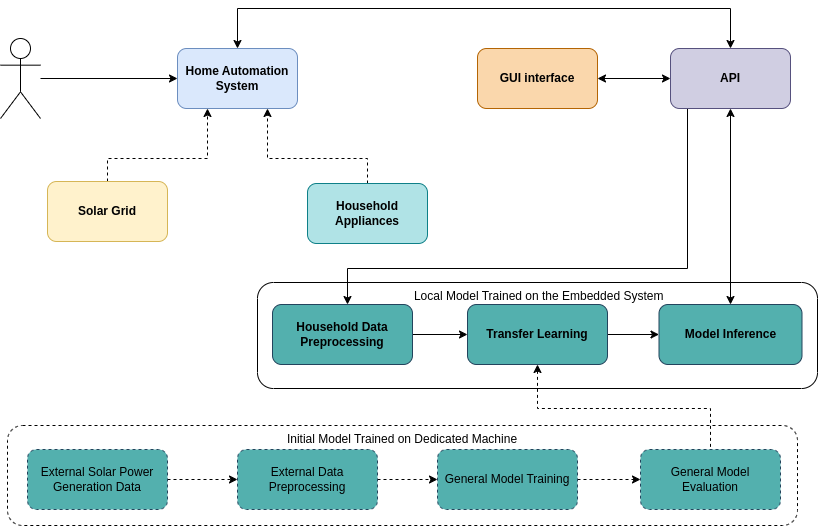
The draw.io diagram assets/diagrams/high-level-architecture.png in hc-sousa/sousadev, before a commit. Source tidied: cells renumbered, new cells last; positions are measured from the earlier drawing's top-left corner, leaving out a move shared by most shapes. The source it was exported from:
```xml
<mxGraphModel>
  <root>
    <mxCell id="0" />
    <mxCell id="1" parent="0" />
    <mxCell id="2" style="edgeStyle=orthogonalEdgeStyle;rounded=0;jettySize=auto;html=1;startArrow=classic;startFill=1;endArrow=none;endFill=0;dashed=1;" parent="1" edge="1" source="22" target="23">
      <mxGeometry relative="1" as="geometry">
        <Array as="points">
          <mxPoint x="537" y="400" />
          <mxPoint x="710" y="400" />
        </Array>
      </mxGeometry>
    </mxCell>
    <mxCell id="3" value="&amp;nbsp;Local Model Trained on the Embedded System" style="rounded=1;whiteSpace=wrap;html=1;fillColor=none;verticalAlign=top;horizontal=1;" parent="1" vertex="1">
      <mxGeometry x="257" y="274" width="560" height="106" as="geometry" />
    </mxCell>
    <mxCell id="4" value="Initial Model Trained on Dedicated Machine" style="rounded=1;whiteSpace=wrap;html=1;fillColor=none;dashed=1;verticalAlign=top;" parent="1" vertex="1">
      <mxGeometry x="7" y="417" width="790" height="100" as="geometry" />
    </mxCell>
    <mxCell id="5" style="edgeStyle=orthogonalEdgeStyle;rounded=0;jettySize=auto;html=1;" parent="1" edge="1" source="6" target="7">
      <mxGeometry relative="1" as="geometry" />
    </mxCell>
    <mxCell id="6" value="&lt;br&gt;" style="shape=umlActor;verticalLabelPosition=bottom;verticalAlign=top;html=1;outlineConnect=0;" parent="1" vertex="1">
      <mxGeometry y="30" width="40" height="80" as="geometry" />
    </mxCell>
    <mxCell id="7" value="&lt;b&gt;Home Automation System&lt;/b&gt;" style="rounded=1;whiteSpace=wrap;html=1;fillColor=#dae8fc;strokeColor=#6c8ebf;" parent="1" vertex="1">
      <mxGeometry x="177" y="40" width="120" height="60" as="geometry" />
    </mxCell>
    <mxCell id="8" style="edgeStyle=orthogonalEdgeStyle;rounded=0;jettySize=auto;html=1;entryX=0;entryY=0.5;entryDx=0;entryDy=0;startArrow=classic;startFill=1;" parent="1" edge="1" source="9" target="12">
      <mxGeometry relative="1" as="geometry" />
    </mxCell>
    <mxCell id="9" value="&lt;b&gt;GUI interface&lt;/b&gt;" style="rounded=1;whiteSpace=wrap;html=1;fillColor=#fad7ac;strokeColor=#b46504;" parent="1" vertex="1">
      <mxGeometry x="477" y="40" width="120" height="60" as="geometry" />
    </mxCell>
    <mxCell id="10" style="edgeStyle=orthogonalEdgeStyle;rounded=0;jettySize=auto;html=1;entryX=0.5;entryY=0;entryDx=0;entryDy=0;startArrow=classic;startFill=1;" parent="1" edge="1" source="12" target="7">
      <mxGeometry relative="1" as="geometry">
        <Array as="points">
          <mxPoint x="730" />
          <mxPoint x="237" />
        </Array>
      </mxGeometry>
    </mxCell>
    <mxCell id="11" style="edgeStyle=orthogonalEdgeStyle;rounded=0;jettySize=auto;html=1;exitX=0.25;exitY=1;exitDx=0;exitDy=0;" parent="1" edge="1" source="12" target="20">
      <mxGeometry relative="1" as="geometry">
        <Array as="points">
          <mxPoint x="687" y="100" />
          <mxPoint x="687" y="260" />
          <mxPoint x="347" y="260" />
        </Array>
      </mxGeometry>
    </mxCell>
    <mxCell id="12" value="&lt;b&gt;API&lt;/b&gt;" style="rounded=1;whiteSpace=wrap;html=1;fillColor=#d0cee2;strokeColor=#56517e;" parent="1" vertex="1">
      <mxGeometry x="670" y="40" width="120" height="60" as="geometry" />
    </mxCell>
    <mxCell id="13" style="edgeStyle=orthogonalEdgeStyle;rounded=0;jettySize=auto;html=1;entryX=0.5;entryY=1;entryDx=0;entryDy=0;startArrow=classic;startFill=1;" parent="1" edge="1" source="14" target="12">
      <mxGeometry relative="1" as="geometry" />
    </mxCell>
    <mxCell id="14" value="&lt;b&gt;Model Inference&lt;br&gt;&lt;/b&gt;" style="rounded=1;whiteSpace=wrap;html=1;fillColor=#53B0AE;strokeColor=#23445d;" parent="1" vertex="1">
      <mxGeometry x="658.5" y="296" width="143" height="60" as="geometry" />
    </mxCell>
    <mxCell id="15" style="edgeStyle=orthogonalEdgeStyle;rounded=0;jettySize=auto;html=1;entryX=0.25;entryY=1;entryDx=0;entryDy=0;dashed=1;endArrow=classic;endFill=1;exitX=0.5;exitY=0;exitDx=0;exitDy=0;" parent="1" edge="1" source="16" target="7">
      <mxGeometry relative="1" as="geometry">
        <Array as="points">
          <mxPoint x="107" y="150" />
          <mxPoint x="207" y="150" />
        </Array>
      </mxGeometry>
    </mxCell>
    <mxCell id="16" value="&lt;b&gt;Solar Grid&lt;/b&gt;" style="rounded=1;whiteSpace=wrap;html=1;fillColor=#fff2cc;strokeColor=#d6b656;" parent="1" vertex="1">
      <mxGeometry x="47" y="173" width="120" height="60" as="geometry" />
    </mxCell>
    <mxCell id="17" style="edgeStyle=orthogonalEdgeStyle;rounded=0;jettySize=auto;html=1;dashed=1;endArrow=classic;endFill=1;" parent="1" edge="1" source="18">
      <mxGeometry relative="1" as="geometry">
        <mxPoint x="267" y="100" as="targetPoint" />
        <Array as="points">
          <mxPoint x="367" y="150" />
          <mxPoint x="267" y="150" />
        </Array>
      </mxGeometry>
    </mxCell>
    <mxCell id="18" value="&lt;b&gt;Household Appliances&lt;/b&gt;" style="rounded=1;whiteSpace=wrap;html=1;fillColor=#b0e3e6;strokeColor=#0e8088;" parent="1" vertex="1">
      <mxGeometry x="307" y="175" width="120" height="60" as="geometry" />
    </mxCell>
    <mxCell id="19" style="edgeStyle=orthogonalEdgeStyle;rounded=0;jettySize=auto;html=1;entryX=0;entryY=0.5;entryDx=0;entryDy=0;" parent="1" edge="1" source="20" target="22">
      <mxGeometry relative="1" as="geometry" />
    </mxCell>
    <mxCell id="20" value="&lt;b&gt;Household Data Preprocessing&lt;/b&gt;" style="rounded=1;whiteSpace=wrap;html=1;fillColor=#53B0AE;strokeColor=#23445d;" parent="1" vertex="1">
      <mxGeometry x="272" y="296" width="140" height="60" as="geometry" />
    </mxCell>
    <mxCell id="21" style="edgeStyle=orthogonalEdgeStyle;rounded=0;jettySize=auto;html=1;entryX=0;entryY=0.5;entryDx=0;entryDy=0;" parent="1" edge="1" source="22" target="14">
      <mxGeometry relative="1" as="geometry" />
    </mxCell>
    <mxCell id="22" value="&lt;b&gt;Transfer Learning&lt;/b&gt;" style="rounded=1;whiteSpace=wrap;html=1;fillColor=#53B0AE;strokeColor=#23445d;" parent="1" vertex="1">
      <mxGeometry x="467" y="296" width="140" height="60" as="geometry" />
    </mxCell>
    <mxCell id="23" value="General Model Evaluation" style="rounded=1;whiteSpace=wrap;html=1;fillColor=#53B0AE;strokeColor=#23445d;dashed=1;" parent="1" vertex="1">
      <mxGeometry x="640" y="441" width="140" height="60" as="geometry" />
    </mxCell>
    <mxCell id="24" style="edgeStyle=orthogonalEdgeStyle;rounded=0;jettySize=auto;html=1;entryX=0;entryY=0.5;entryDx=0;entryDy=0;dashed=1;" parent="1" edge="1" source="25" target="23">
      <mxGeometry relative="1" as="geometry" />
    </mxCell>
    <mxCell id="25" value="&lt;span style=&quot;font-weight: normal;&quot;&gt;General Model Training&lt;/span&gt;" style="rounded=1;whiteSpace=wrap;html=1;fillColor=#53B0AE;strokeColor=#23445d;dashed=1;fontStyle=1;" parent="1" vertex="1">
      <mxGeometry x="437" y="441" width="140" height="60" as="geometry" />
    </mxCell>
    <mxCell id="26" style="edgeStyle=orthogonalEdgeStyle;rounded=0;jettySize=auto;html=1;entryX=0;entryY=0.5;entryDx=0;entryDy=0;dashed=1;" parent="1" edge="1" source="27" target="25">
      <mxGeometry relative="1" as="geometry" />
    </mxCell>
    <mxCell id="27" value="External Data Preprocessing" style="rounded=1;whiteSpace=wrap;html=1;fillColor=#53B0AE;strokeColor=#23445d;dashed=1;" parent="1" vertex="1">
      <mxGeometry x="237" y="441" width="140" height="60" as="geometry" />
    </mxCell>
    <mxCell id="28" style="edgeStyle=orthogonalEdgeStyle;rounded=0;jettySize=auto;html=1;entryX=0;entryY=0.5;entryDx=0;entryDy=0;dashed=1;" parent="1" edge="1" source="29" target="27">
      <mxGeometry relative="1" as="geometry" />
    </mxCell>
    <mxCell id="29" value="&lt;span style=&quot;font-weight: normal;&quot;&gt;External Solar Power Generation Data&lt;/span&gt;" style="rounded=1;whiteSpace=wrap;html=1;fillColor=#53B0AE;strokeColor=#23445d;dashed=1;fontStyle=1;" parent="1" vertex="1">
      <mxGeometry x="27" y="441" width="140" height="60" as="geometry" />
    </mxCell>
  </root>
</mxGraphModel>
```
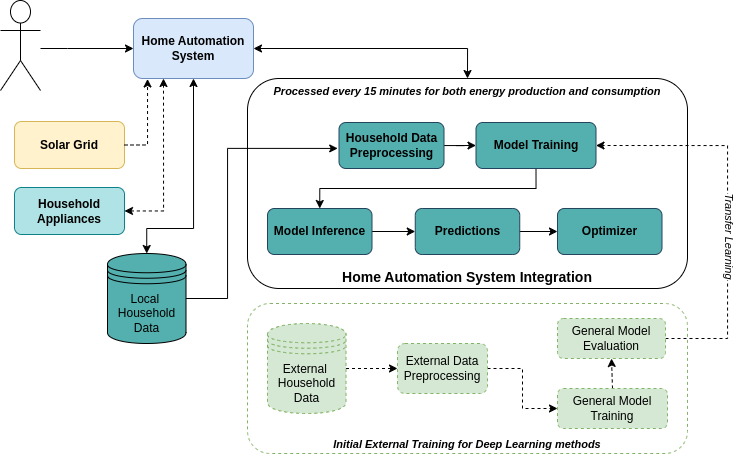
Above is the later version.

Change to the diagram source:
```diff
@@ -2,116 +2,131 @@
   <root>
     <mxCell id="0" />
     <mxCell id="1" parent="0" />
-    <mxCell id="2" style="edgeStyle=orthogonalEdgeStyle;rounded=0;jettySize=auto;html=1;startArrow=classic;startFill=1;endArrow=none;endFill=0;dashed=1;" parent="1" edge="1" source="22" target="23">
-      <mxGeometry relative="1" as="geometry">
-        <Array as="points">
-          <mxPoint x="537" y="400" />
-          <mxPoint x="710" y="400" />
-        </Array>
-      </mxGeometry>
-    </mxCell>
-    <mxCell id="3" value="&amp;nbsp;Local Model Trained on the Embedded System" style="rounded=1;whiteSpace=wrap;html=1;fillColor=none;verticalAlign=top;horizontal=1;" parent="1" vertex="1">
-      <mxGeometry x="257" y="274" width="560" height="106" as="geometry" />
-    </mxCell>
-    <mxCell id="4" value="Initial Model Trained on Dedicated Machine" style="rounded=1;whiteSpace=wrap;html=1;fillColor=none;dashed=1;verticalAlign=top;" parent="1" vertex="1">
-      <mxGeometry x="7" y="417" width="790" height="100" as="geometry" />
-    </mxCell>
+    <mxCell id="30" value="Home Automation System Integration" style="rounded=1;whiteSpace=wrap;html=1;fillColor=none;verticalAlign=bottom;fontSize=14;fontStyle=1;" parent="1" vertex="1">
+      <mxGeometry x="247" y="100" width="440" height="210" as="geometry" />
+    </mxCell>
     <mxCell id="5" style="edgeStyle=orthogonalEdgeStyle;rounded=0;jettySize=auto;html=1;" parent="1" edge="1" source="6" target="7">
-      <mxGeometry relative="1" as="geometry" />
+      <mxGeometry relative="1" as="geometry">
+        <Array as="points">
+          <mxPoint x="67" y="70" />
+          <mxPoint x="67" y="70" />
+        </Array>
+      </mxGeometry>
     </mxCell>
     <mxCell id="6" value="&lt;br&gt;" style="shape=umlActor;verticalLabelPosition=bottom;verticalAlign=top;html=1;outlineConnect=0;" parent="1" vertex="1">
-      <mxGeometry y="30" width="40" height="80" as="geometry" />
+      <mxGeometry y="22" width="40" height="90" as="geometry" />
     </mxCell>
+    <mxCell id="31" style="edgeStyle=orthogonalEdgeStyle;rounded=0;jettySize=auto;html=1;entryX=0.5;entryY=0;entryDx=0;entryDy=0;startArrow=classic;startFill=1;" parent="1" edge="1" source="7" target="30">
+      <mxGeometry relative="1" as="geometry">
+        <Array as="points">
+          <mxPoint x="467" y="70" />
+        </Array>
+      </mxGeometry>
+    </mxCell>
     <mxCell id="7" value="&lt;b&gt;Home Automation System&lt;/b&gt;" style="rounded=1;whiteSpace=wrap;html=1;fillColor=#dae8fc;strokeColor=#6c8ebf;" parent="1" vertex="1">
-      <mxGeometry x="177" y="40" width="120" height="60" as="geometry" />
+      <mxGeometry x="133" y="40" width="120" height="60" as="geometry" />
     </mxCell>
-    <mxCell id="8" style="edgeStyle=orthogonalEdgeStyle;rounded=0;jettySize=auto;html=1;entryX=0;entryY=0.5;entryDx=0;entryDy=0;startArrow=classic;startFill=1;" parent="1" edge="1" source="9" target="12">
-      <mxGeometry relative="1" as="geometry" />
-    </mxCell>
-    <mxCell id="9" value="&lt;b&gt;GUI interface&lt;/b&gt;" style="rounded=1;whiteSpace=wrap;html=1;fillColor=#fad7ac;strokeColor=#b46504;" parent="1" vertex="1">
-      <mxGeometry x="477" y="40" width="120" height="60" as="geometry" />
-    </mxCell>
-    <mxCell id="10" style="edgeStyle=orthogonalEdgeStyle;rounded=0;jettySize=auto;html=1;entryX=0.5;entryY=0;entryDx=0;entryDy=0;startArrow=classic;startFill=1;" parent="1" edge="1" source="12" target="7">
-      <mxGeometry relative="1" as="geometry">
-        <Array as="points">
-          <mxPoint x="730" />
-          <mxPoint x="237" />
-        </Array>
-      </mxGeometry>
-    </mxCell>
-    <mxCell id="11" style="edgeStyle=orthogonalEdgeStyle;rounded=0;jettySize=auto;html=1;exitX=0.25;exitY=1;exitDx=0;exitDy=0;" parent="1" edge="1" source="12" target="20">
-      <mxGeometry relative="1" as="geometry">
-        <Array as="points">
-          <mxPoint x="687" y="100" />
-          <mxPoint x="687" y="260" />
-          <mxPoint x="347" y="260" />
-        </Array>
-      </mxGeometry>
-    </mxCell>
-    <mxCell id="12" value="&lt;b&gt;API&lt;/b&gt;" style="rounded=1;whiteSpace=wrap;html=1;fillColor=#d0cee2;strokeColor=#56517e;" parent="1" vertex="1">
-      <mxGeometry x="670" y="40" width="120" height="60" as="geometry" />
-    </mxCell>
-    <mxCell id="13" style="edgeStyle=orthogonalEdgeStyle;rounded=0;jettySize=auto;html=1;entryX=0.5;entryY=1;entryDx=0;entryDy=0;startArrow=classic;startFill=1;" parent="1" edge="1" source="14" target="12">
-      <mxGeometry relative="1" as="geometry" />
-    </mxCell>
+    <mxCell id="32" style="edgeStyle=orthogonalEdgeStyle;rounded=0;jettySize=auto;html=1;exitX=1;exitY=0.5;exitDx=0;exitDy=0;entryX=0;entryY=0.5;entryDx=0;entryDy=0;" parent="1" edge="1" source="14" target="35">
+      <mxGeometry relative="1" as="geometry" />
+    </mxCell>
     <mxCell id="14" value="&lt;b&gt;Model Inference&lt;br&gt;&lt;/b&gt;" style="rounded=1;whiteSpace=wrap;html=1;fillColor=#53B0AE;strokeColor=#23445d;" parent="1" vertex="1">
-      <mxGeometry x="658.5" y="296" width="143" height="60" as="geometry" />
+      <mxGeometry x="267" y="230" width="104.5" height="46" as="geometry" />
     </mxCell>
-    <mxCell id="15" style="edgeStyle=orthogonalEdgeStyle;rounded=0;jettySize=auto;html=1;entryX=0.25;entryY=1;entryDx=0;entryDy=0;dashed=1;endArrow=classic;endFill=1;exitX=0.5;exitY=0;exitDx=0;exitDy=0;" parent="1" edge="1" source="16" target="7">
-      <mxGeometry relative="1" as="geometry">
-        <Array as="points">
-          <mxPoint x="107" y="150" />
-          <mxPoint x="207" y="150" />
-        </Array>
-      </mxGeometry>
-    </mxCell>
     <mxCell id="16" value="&lt;b&gt;Solar Grid&lt;/b&gt;" style="rounded=1;whiteSpace=wrap;html=1;fillColor=#fff2cc;strokeColor=#d6b656;" parent="1" vertex="1">
-      <mxGeometry x="47" y="173" width="120" height="60" as="geometry" />
+      <mxGeometry x="14" y="143" width="110" height="47" as="geometry" />
     </mxCell>
-    <mxCell id="17" style="edgeStyle=orthogonalEdgeStyle;rounded=0;jettySize=auto;html=1;dashed=1;endArrow=classic;endFill=1;" parent="1" edge="1" source="18">
-      <mxGeometry relative="1" as="geometry">
-        <mxPoint x="267" y="100" as="targetPoint" />
-        <Array as="points">
-          <mxPoint x="367" y="150" />
-          <mxPoint x="267" y="150" />
-        </Array>
-      </mxGeometry>
-    </mxCell>
+    <mxCell id="33" style="edgeStyle=orthogonalEdgeStyle;rounded=0;jettySize=auto;html=1;dashed=1;startArrow=classic;startFill=1;entryX=0.25;entryY=1;entryDx=0;entryDy=0;" parent="1" edge="1" source="18" target="7">
+      <mxGeometry relative="1" as="geometry">
+        <Array as="points">
+          <mxPoint x="163" y="232" />
+        </Array>
+      </mxGeometry>
+    </mxCell>
     <mxCell id="18" value="&lt;b&gt;Household Appliances&lt;/b&gt;" style="rounded=1;whiteSpace=wrap;html=1;fillColor=#b0e3e6;strokeColor=#0e8088;" parent="1" vertex="1">
-      <mxGeometry x="307" y="175" width="120" height="60" as="geometry" />
+      <mxGeometry x="14" y="209" width="110" height="47" as="geometry" />
     </mxCell>
     <mxCell id="19" style="edgeStyle=orthogonalEdgeStyle;rounded=0;jettySize=auto;html=1;entryX=0;entryY=0.5;entryDx=0;entryDy=0;" parent="1" edge="1" source="20" target="22">
       <mxGeometry relative="1" as="geometry" />
     </mxCell>
     <mxCell id="20" value="&lt;b&gt;Household Data Preprocessing&lt;/b&gt;" style="rounded=1;whiteSpace=wrap;html=1;fillColor=#53B0AE;strokeColor=#23445d;" parent="1" vertex="1">
-      <mxGeometry x="272" y="296" width="140" height="60" as="geometry" />
+      <mxGeometry x="338.5" y="144" width="105" height="46" as="geometry" />
     </mxCell>
-    <mxCell id="21" style="edgeStyle=orthogonalEdgeStyle;rounded=0;jettySize=auto;html=1;entryX=0;entryY=0.5;entryDx=0;entryDy=0;" parent="1" edge="1" source="22" target="14">
+    <mxCell id="21" style="edgeStyle=orthogonalEdgeStyle;rounded=0;jettySize=auto;html=1;exitX=0.5;exitY=1;exitDx=0;exitDy=0;entryX=0.5;entryY=0;entryDx=0;entryDy=0;" parent="1" edge="1" source="22" target="14">
       <mxGeometry relative="1" as="geometry" />
     </mxCell>
-    <mxCell id="22" value="&lt;b&gt;Transfer Learning&lt;/b&gt;" style="rounded=1;whiteSpace=wrap;html=1;fillColor=#53B0AE;strokeColor=#23445d;" parent="1" vertex="1">
-      <mxGeometry x="467" y="296" width="140" height="60" as="geometry" />
+    <mxCell id="22" value="&lt;b&gt;Model Training&lt;br&gt;&lt;/b&gt;" style="rounded=1;whiteSpace=wrap;html=1;fillColor=#53B0AE;strokeColor=#23445d;" parent="1" vertex="1">
+      <mxGeometry x="475.5" y="144" width="120" height="46" as="geometry" />
     </mxCell>
-    <mxCell id="23" value="General Model Evaluation" style="rounded=1;whiteSpace=wrap;html=1;fillColor=#53B0AE;strokeColor=#23445d;dashed=1;" parent="1" vertex="1">
-      <mxGeometry x="640" y="441" width="140" height="60" as="geometry" />
-    </mxCell>
+    <mxCell id="34" style="edgeStyle=orthogonalEdgeStyle;rounded=0;jettySize=auto;html=1;exitX=1;exitY=0.5;exitDx=0;exitDy=0;entryX=0;entryY=0.5;entryDx=0;entryDy=0;" parent="1" edge="1" source="35" target="36">
+      <mxGeometry relative="1" as="geometry" />
+    </mxCell>
+    <mxCell id="35" value="&lt;b&gt;Predictions&lt;br&gt;&lt;/b&gt;" style="rounded=1;whiteSpace=wrap;html=1;fillColor=#53B0AE;strokeColor=#23445d;" parent="1" vertex="1">
+      <mxGeometry x="414.8" y="230" width="104.5" height="46" as="geometry" />
+    </mxCell>
+    <mxCell id="36" value="&lt;b&gt;Optimizer&lt;br&gt;&lt;/b&gt;" style="rounded=1;whiteSpace=wrap;html=1;fillColor=#53B0AE;strokeColor=#23445d;" parent="1" vertex="1">
+      <mxGeometry x="557" y="230" width="104.5" height="46" as="geometry" />
+    </mxCell>
+    <mxCell id="37" value="&lt;font style=&quot;font-size: 11px;&quot;&gt;Processed every 15 minutes for both energy production and consumption&lt;/font&gt;" style="rounded=1;whiteSpace=wrap;html=1;fillColor=none;verticalAlign=top;fontSize=11;fontStyle=3;strokeColor=none;" parent="1" vertex="1">
+      <mxGeometry x="247" y="100" width="440" height="190" as="geometry" />
+    </mxCell>
+    <mxCell id="38" value="Initial External Training for Deep Learning methods" style="rounded=1;whiteSpace=wrap;html=1;fillColor=none;verticalAlign=bottom;fontSize=11;fontStyle=3;dashed=1;strokeColor=#82b366;" parent="1" vertex="1">
+      <mxGeometry x="247" y="325" width="440" height="150" as="geometry" />
+    </mxCell>
+    <mxCell id="39" style="edgeStyle=orthogonalEdgeStyle;rounded=0;jettySize=auto;html=1;dashed=1;" parent="1" edge="1" source="40" target="27">
+      <mxGeometry relative="1" as="geometry" />
+    </mxCell>
+    <mxCell id="40" value="External&amp;nbsp;&lt;br&gt;Household&lt;br&gt;Data" style="shape=datastore;whiteSpace=wrap;html=1;dashed=1;fillColor=#d5e8d4;strokeColor=#82b366;" parent="1" vertex="1">
+      <mxGeometry x="267" y="345" width="78.5" height="90" as="geometry" />
+    </mxCell>
+    <mxCell id="26" style="edgeStyle=orthogonalEdgeStyle;rounded=0;jettySize=auto;html=1;dashed=1;" parent="1" edge="1" source="27" target="25">
+      <mxGeometry relative="1" as="geometry" />
+    </mxCell>
+    <mxCell id="27" value="External Data Preprocessing" style="rounded=1;whiteSpace=wrap;html=1;dashed=1;fillColor=#d5e8d4;strokeColor=#82b366;" parent="1" vertex="1">
+      <mxGeometry x="397" y="365" width="90" height="50" as="geometry" />
+    </mxCell>
-    <mxCell id="24" style="edgeStyle=orthogonalEdgeStyle;rounded=0;jettySize=auto;html=1;entryX=0;entryY=0.5;entryDx=0;entryDy=0;dashed=1;" parent="1" edge="1" source="25" target="23">
+    <mxCell id="24" style="edgeStyle=orthogonalEdgeStyle;rounded=0;jettySize=auto;html=1;exitX=0.5;exitY=0;exitDx=0;exitDy=0;entryX=0.5;entryY=1;entryDx=0;entryDy=0;dashed=1;" parent="1" edge="1" source="25" target="23">
       <mxGeometry relative="1" as="geometry" />
     </mxCell>
-    <mxCell id="25" value="&lt;span style=&quot;font-weight: normal;&quot;&gt;General Model Training&lt;/span&gt;" style="rounded=1;whiteSpace=wrap;html=1;fillColor=#53B0AE;strokeColor=#23445d;dashed=1;fontStyle=1;" parent="1" vertex="1">
-      <mxGeometry x="437" y="441" width="140" height="60" as="geometry" />
+    <mxCell id="25" value="General Model Training" style="rounded=1;whiteSpace=wrap;html=1;dashed=1;fillColor=#d5e8d4;strokeColor=#82b366;" parent="1" vertex="1">
+      <mxGeometry x="557" y="410" width="110" height="40" as="geometry" />
     </mxCell>
-    <mxCell id="26" style="edgeStyle=orthogonalEdgeStyle;rounded=0;jettySize=auto;html=1;entryX=0;entryY=0.5;entryDx=0;entryDy=0;dashed=1;" parent="1" edge="1" source="27" target="25">
-      <mxGeometry relative="1" as="geometry" />
-    </mxCell>
-    <mxCell id="27" value="External Data Preprocessing" style="rounded=1;whiteSpace=wrap;html=1;fillColor=#53B0AE;strokeColor=#23445d;dashed=1;" parent="1" vertex="1">
-      <mxGeometry x="237" y="441" width="140" height="60" as="geometry" />
-    </mxCell>
-    <mxCell id="28" style="edgeStyle=orthogonalEdgeStyle;rounded=0;jettySize=auto;html=1;entryX=0;entryY=0.5;entryDx=0;entryDy=0;dashed=1;" parent="1" edge="1" source="29" target="27">
-      <mxGeometry relative="1" as="geometry" />
-    </mxCell>
-    <mxCell id="29" value="&lt;span style=&quot;font-weight: normal;&quot;&gt;External Solar Power Generation Data&lt;/span&gt;" style="rounded=1;whiteSpace=wrap;html=1;fillColor=#53B0AE;strokeColor=#23445d;dashed=1;fontStyle=1;" parent="1" vertex="1">
-      <mxGeometry x="27" y="441" width="140" height="60" as="geometry" />
-    </mxCell>
+    <mxCell id="41" style="edgeStyle=orthogonalEdgeStyle;rounded=0;jettySize=auto;html=1;exitX=1;exitY=0.5;exitDx=0;exitDy=0;entryX=1;entryY=0.5;entryDx=0;entryDy=0;dashed=1;" parent="1" edge="1" source="23" target="22">
+      <mxGeometry relative="1" as="geometry">
+        <Array as="points">
+          <mxPoint x="727" y="360" />
+          <mxPoint x="727" y="167" />
+        </Array>
+      </mxGeometry>
+    </mxCell>
+    <mxCell id="42" value="Transfer Learning" style="edgeLabel;html=1;align=center;verticalAlign=middle;rotation=90;fontStyle=2;" parent="41" vertex="1">
+      <mxGeometry x="-0.27" y="-4" relative="1" as="geometry">
+        <mxPoint x="-2" y="-23" as="offset" />
+      </mxGeometry>
+    </mxCell>
+    <mxCell id="23" value="General Model Evaluation" style="rounded=1;whiteSpace=wrap;html=1;dashed=1;fillColor=#d5e8d4;strokeColor=#82b366;" parent="1" vertex="1">
+      <mxGeometry x="557" y="340" width="108" height="40" as="geometry" />
+    </mxCell>
+    <mxCell id="43" style="edgeStyle=orthogonalEdgeStyle;rounded=0;jettySize=auto;html=1;entryX=0.5;entryY=1;entryDx=0;entryDy=0;startArrow=classic;startFill=1;" parent="1" edge="1" source="44" target="7">
+      <mxGeometry relative="1" as="geometry">
+        <Array as="points">
+          <mxPoint x="146" y="250" />
+          <mxPoint x="193" y="250" />
+        </Array>
+      </mxGeometry>
+    </mxCell>
+    <mxCell id="44" value="Local&amp;nbsp;&lt;br&gt;Household&lt;br&gt;Data" style="shape=datastore;whiteSpace=wrap;html=1;fillColor=#53b0ae;strokeColor=#000000;" parent="1" vertex="1">
+      <mxGeometry x="107" y="275" width="78.5" height="90" as="geometry" />
+    </mxCell>
+    <mxCell id="45" style="edgeStyle=orthogonalEdgeStyle;rounded=0;jettySize=auto;html=1;entryX=0.205;entryY=0.368;entryDx=0;entryDy=0;entryPerimeter=0;" parent="1" edge="1" source="44" target="37">
+      <mxGeometry relative="1" as="geometry">
+        <Array as="points">
+          <mxPoint x="227" y="320" />
+          <mxPoint x="227" y="170" />
+        </Array>
+      </mxGeometry>
+    </mxCell>
+    <mxCell id="15" style="edgeStyle=orthogonalEdgeStyle;rounded=0;jettySize=auto;html=1;exitX=1;exitY=0.5;exitDx=0;exitDy=0;entryX=0.117;entryY=1.008;entryDx=0;entryDy=0;entryPerimeter=0;dashed=1;" parent="1" edge="1" source="16" target="7">
+      <mxGeometry relative="1" as="geometry" />
+    </mxCell>
   </root>
 </mxGraphModel>
```
